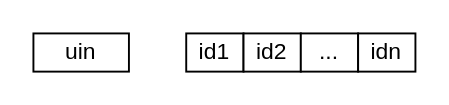
This is quchong1.drawio from checkking/diagrams, a draw.io file, before an edit. Source tidied: cells renumbered, new cells numbered last; positions are measured from the earlier drawing's top-left corner, leaving out a move shared by most shapes. Both pictures are drawn from the tidied source at 191%, with x=0, y=0 at pixel (32, 32).
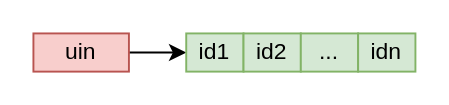
After the change.

Change to the diagram source:
```diff
@@
 <mxGraphModel>
   <root>
     <mxCell id="0" />
     <mxCell id="1" parent="0" />
+    <mxCell id="7" style="edgeStyle=orthogonalEdgeStyle;rounded=0;jettySize=auto;html=1;entryX=0;entryY=0.5;entryDx=0;entryDy=0;" parent="1" edge="1" source="2" target="3">
+      <mxGeometry relative="1" as="geometry" />
+    </mxCell>
-    <mxCell id="2" value="uin" style="rounded=0;whiteSpace=wrap;html=1;" parent="1" vertex="1">
+    <mxCell id="2" value="uin" style="rounded=0;whiteSpace=wrap;html=1;fillColor=#f8cecc;strokeColor=#b85450;" parent="1" vertex="1">
       <mxGeometry width="50" height="20" as="geometry" />
     </mxCell>
-    <mxCell id="3" value="id1" style="rounded=0;whiteSpace=wrap;html=1;" parent="1" vertex="1">
+    <mxCell id="3" value="id1" style="rounded=0;whiteSpace=wrap;html=1;fillColor=#d5e8d4;strokeColor=#82b366;" parent="1" vertex="1">
       <mxGeometry x="80" width="30" height="20" as="geometry" />
     </mxCell>
-    <mxCell id="4" value="id2" style="rounded=0;whiteSpace=wrap;html=1;" parent="1" vertex="1">
+    <mxCell id="4" value="id2" style="rounded=0;whiteSpace=wrap;html=1;fillColor=#d5e8d4;strokeColor=#82b366;" parent="1" vertex="1">
       <mxGeometry x="110" width="30" height="20" as="geometry" />
     </mxCell>
-    <mxCell id="5" value="..." style="rounded=0;whiteSpace=wrap;html=1;" parent="1" vertex="1">
+    <mxCell id="5" value="..." style="rounded=0;whiteSpace=wrap;html=1;fillColor=#d5e8d4;strokeColor=#82b366;" parent="1" vertex="1">
       <mxGeometry x="140" width="30" height="20" as="geometry" />
     </mxCell>
-    <mxCell id="6" value="idn" style="rounded=0;whiteSpace=wrap;html=1;" parent="1" vertex="1">
+    <mxCell id="6" value="idn" style="rounded=0;whiteSpace=wrap;html=1;fillColor=#d5e8d4;strokeColor=#82b366;" parent="1" vertex="1">
       <mxGeometry x="170" width="30" height="20" as="geometry" />
     </mxCell>
   </root>
 </mxGraphModel>
```
